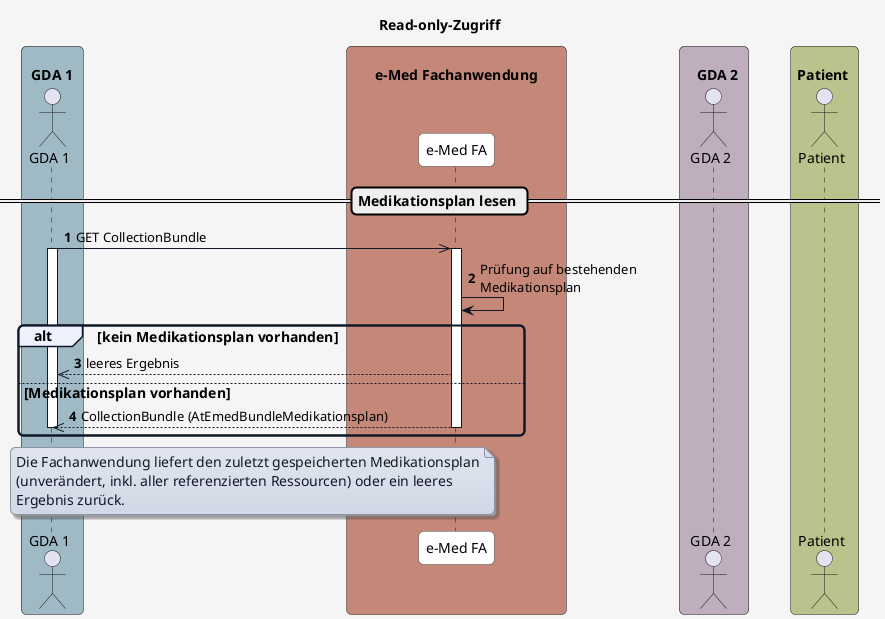
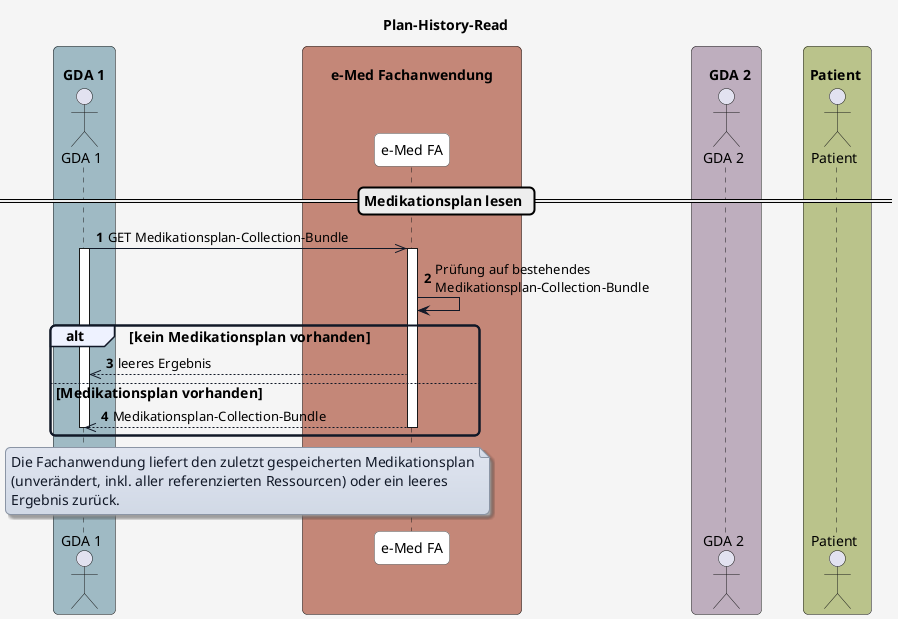
@startuml
- title Read-only-Zugriff
+ title Plan-History-Read
skinparam borderColor #000000
skinparam backgroundColor #f5f5f5
skinparam shadowing false
skinparam roundCorner 10
skinparam defaultFontName "Arial"
skinparam defaultFontSize 14
skinparam defaultFontColor #000000

skinparam note {
  BackgroundColor #e0e5f0-#d1d9e6
  BorderColor #8b95a5
  BorderThickness 1
  RoundCorner 8
  Padding 6
  FontColor #111827
  Shadowing true
}

skinparam HyperlinkColor #0000EE
skinparam HyperlinkUnderline false

skinparam sequence {
  ParticipantBorderColor #555555
  ParticipantBackgroundColor #ffffff
  ParticipantFontColor #000000
  ParticipantFontSize 14
  ParticipantPadding 20
  ArrowColor #111827
  ArrowThickness 1
  ArrowFontColor #000000
  ArrowFontSize 13
  GroupBorderColor #111827
  GroupBackgroundColor #eef2ff
  GroupBorderThickness 2
}

skinparam BoxPadding 20
skinparam BoxBorderColor #555555

box "\n  GDA 1  " #9fbac4
  actor GDA_1 as "GDA 1"
end box

box "\n       e-Med Fachanwendung       " #C48778
  participant eMed_FA as "e-Med FA"
end box

box "\n    GDA 2  " #beaebe
  actor GDA_2 as "GDA 2"
end box

box "\n Patient  " #bac38b
  actor Patient as "Patient"
end box


autonumber

== Medikationsplan lesen ==

- GDA_1 ->> eMed_FA: GET CollectionBundle
+ GDA_1 ->> eMed_FA: GET Medikationsplan-Collection-Bundle
activate GDA_1

activate eMed_FA
- eMed_FA -> eMed_FA: Prüfung auf bestehenden\nMedikationsplan
+ eMed_FA -> eMed_FA: Prüfung auf bestehendes\nMedikationsplan-Collection-Bundle

alt kein Medikationsplan vorhanden
  eMed_FA -->> GDA_1: leeres Ergebnis
else Medikationsplan vorhanden
-   eMed_FA -->> GDA_1: CollectionBundle (AtEmedBundleMedikationsplan)
+   eMed_FA -->> GDA_1: Medikationsplan-Collection-Bundle
  deactivate GDA_1
  deactivate eMed_FA
end
note over GDA_1, eMed_FA
Die Fachanwendung liefert den zuletzt gespeicherten Medikationsplan
(unverändert, inkl. aller referenzierten Ressourcen) oder ein leeres
Ergebnis zurück.
end note


@enduml